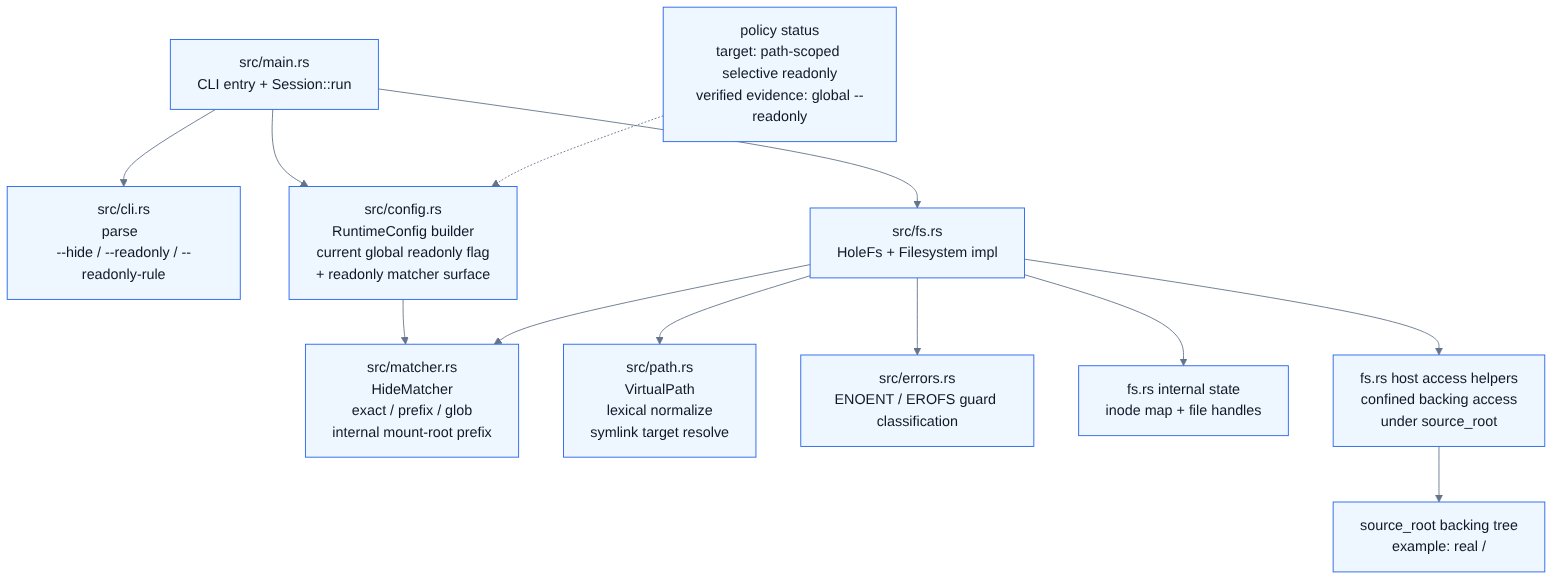
spi-ca/screenfs keeps this Mermaid diagram as docs/diagrams/module-architecture.png. Above is the earlier version. Its source is kept beside it as docs/diagrams/module-architecture.mmd.
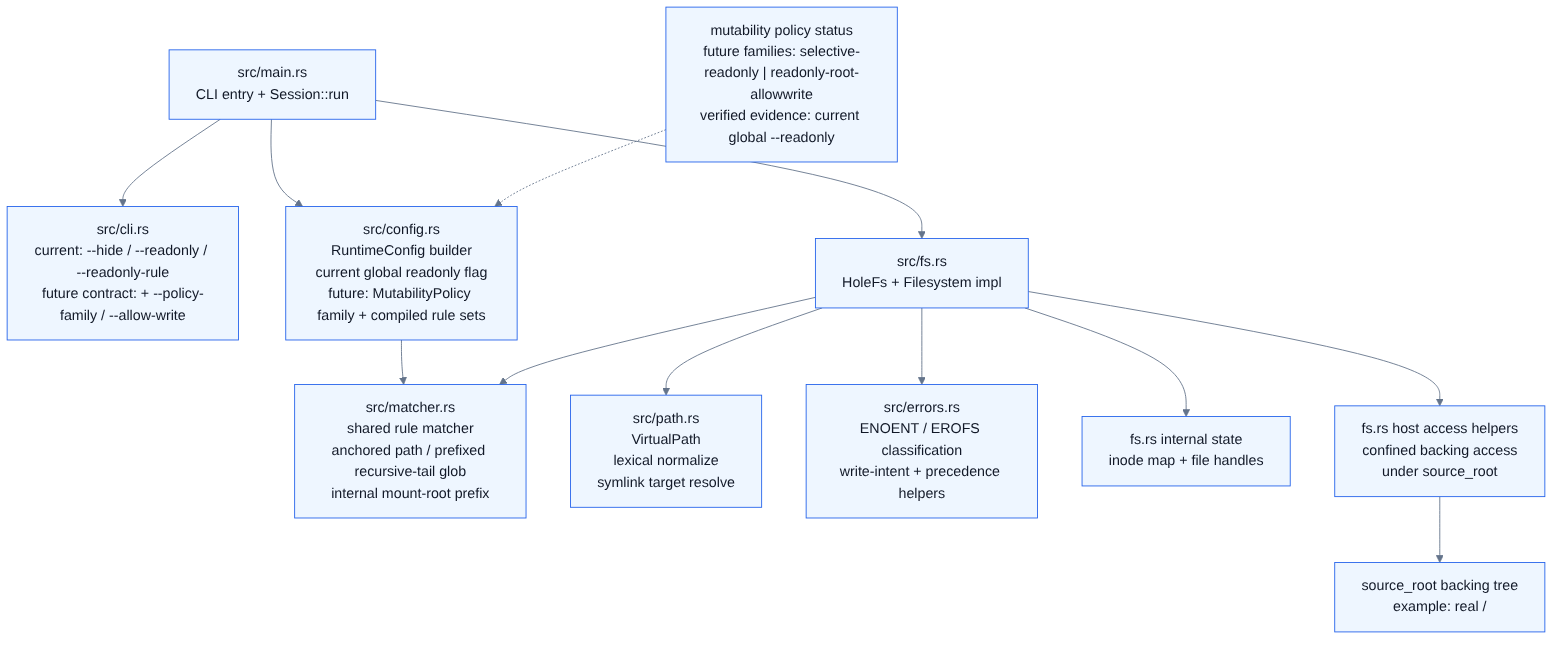
Above is the later version.

Change to the diagram source:
```diff
@@ -1,13 +1,13 @@
 flowchart TD
-    main["src/main.rs\nCLI entry + Session::run"] --> cli["src/cli.rs\nparse <source-root> <mount-root>\n--hide / --readonly / --readonly-rule"]
-    main --> config["src/config.rs\nRuntimeConfig builder\ncurrent global readonly flag\n+ readonly matcher surface"]
-    config --> matcher["src/matcher.rs\nHideMatcher\nexact / prefix / glob\ninternal mount-root prefix"]
+    main["src/main.rs\nCLI entry + Session::run"] --> cli["src/cli.rs\ncurrent: --hide / --readonly / --readonly-rule\nfuture contract: + --policy-family / --allow-write"]
+    main --> config["src/config.rs\nRuntimeConfig builder\ncurrent global readonly flag\nfuture: MutabilityPolicy family + compiled rule sets"]
+    config --> matcher["src/matcher.rs\nshared rule matcher\nanchored path / prefixed recursive-tail glob\ninternal mount-root prefix"]
     main --> fs["src/fs.rs\nHoleFs + Filesystem impl"]
     fs --> path["src/path.rs\nVirtualPath\nlexical normalize\nsymlink target resolve"]
     fs --> matcher
-    fs --> errors["src/errors.rs\nENOENT / EROFS guard classification"]
+    fs --> errors["src/errors.rs\nENOENT / EROFS classification\nwrite-intent + precedence helpers"]
     fs --> state["fs.rs internal state\ninode map + file handles"]
     fs --> host["fs.rs host access helpers\nconfined backing access\nunder source_root"]
-    target["policy status\ntarget: path-scoped selective readonly\nverified evidence: global --readonly"] -.-> config
+    target["mutability policy status\nfuture families: selective-readonly | readonly-root-allowwrite\nverified evidence: current global --readonly"] -.-> config
 
     host --> source["source_root backing tree\nexample: real /"]
```
